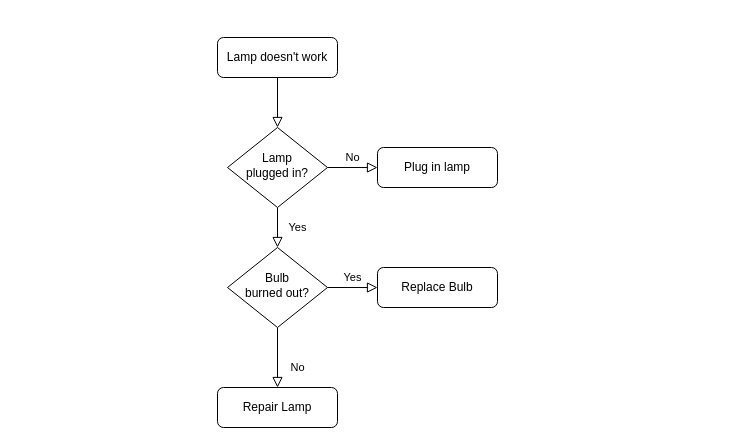
Before: 제목 없는 다이어그램.drawio in soyoung002/study, a draw.io diagram. Source tidied: cells renumbered, new cells numbered last; positions are measured from the earlier drawing's top-left corner, leaving out a move shared by most shapes. Both pictures are drawn from the tidied source at 100%, with x=0, y=0 at pixel (217, 37).
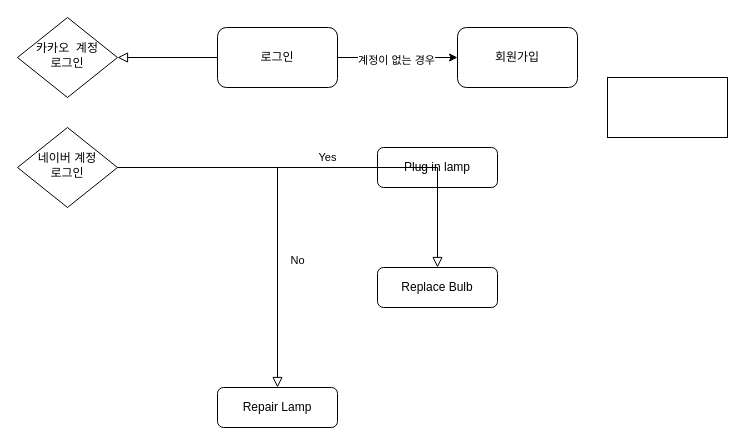
Above is the later version.

Commit message:
야놀자 플로우차트 1

The edit, as a diff of the source:
```diff
@@
 <mxGraphModel>
   <root>
     <mxCell id="0" />
     <mxCell id="1" parent="0" />
     <mxCell id="2" style="rounded=0;html=1;jettySize=auto;fontSize=11;endArrow=block;endFill=0;endSize=8;strokeWidth=1;shadow=0;labelBackgroundColor=none;edgeStyle=orthogonalEdgeStyle;" parent="1" edge="1" source="3" target="6">
       <mxGeometry relative="1" as="geometry" />
     </mxCell>
+    <mxCell id="13" style="edgeStyle=orthogonalEdgeStyle;rounded=0;jettySize=auto;html=1;" parent="1" edge="1" source="3" target="16">
+      <mxGeometry relative="1" as="geometry" />
+    </mxCell>
+    <mxCell id="14" value="계정이 없는 경우" style="edgeLabel;html=1;align=center;verticalAlign=middle;" parent="13" vertex="1">
+      <mxGeometry x="-0.03" y="-2" relative="1" as="geometry" />
+    </mxCell>
-    <mxCell id="3" value="Lamp doesn't work" style="rounded=1;whiteSpace=wrap;html=1;fontSize=12;glass=0;strokeWidth=1;shadow=0;" parent="1" vertex="1">
-      <mxGeometry width="120" height="40" as="geometry" />
+    <mxCell id="3" value="로그인" style="rounded=1;whiteSpace=wrap;html=1;fontSize=12;glass=0;strokeWidth=1;shadow=0;" parent="1" vertex="1">
+      <mxGeometry y="-10" width="120" height="60" as="geometry" />
     </mxCell>
-    <mxCell id="4" value="Yes" style="rounded=0;html=1;jettySize=auto;fontSize=11;endArrow=block;endFill=0;endSize=8;strokeWidth=1;shadow=0;labelBackgroundColor=none;edgeStyle=orthogonalEdgeStyle;" parent="1" edge="1" source="6" target="10">
-      <mxGeometry y="20" relative="1" as="geometry" />
-    </mxCell>
-    <mxCell id="5" value="No" style="edgeStyle=orthogonalEdgeStyle;rounded=0;html=1;jettySize=auto;fontSize=11;endArrow=block;endFill=0;endSize=8;strokeWidth=1;shadow=0;labelBackgroundColor=none;" parent="1" edge="1" source="6" target="7">
-      <mxGeometry y="10" relative="1" as="geometry" />
-    </mxCell>
-    <mxCell id="6" value="Lamp&lt;br&gt;plugged in?" style="rhombus;whiteSpace=wrap;html=1;shadow=0;fontFamily=Helvetica;fontSize=12;align=center;strokeWidth=1;spacing=6;spacingTop=-4;" parent="1" vertex="1">
-      <mxGeometry x="10" y="90" width="100" height="80" as="geometry" />
+    <mxCell id="6" value="카카오&amp;nbsp; 계정&lt;br&gt;로그인" style="rhombus;whiteSpace=wrap;html=1;shadow=0;fontFamily=Helvetica;fontSize=12;align=center;strokeWidth=1;spacing=6;spacingTop=-4;" parent="1" vertex="1">
+      <mxGeometry x="-200" y="-20" width="100" height="80" as="geometry" />
     </mxCell>
     <mxCell id="7" value="Plug in lamp" style="rounded=1;whiteSpace=wrap;html=1;fontSize=12;glass=0;strokeWidth=1;shadow=0;" parent="1" vertex="1">
       <mxGeometry x="160" y="110" width="120" height="40" as="geometry" />
     </mxCell>
     <mxCell id="8" value="No" style="rounded=0;html=1;jettySize=auto;fontSize=11;endArrow=block;endFill=0;endSize=8;strokeWidth=1;shadow=0;labelBackgroundColor=none;edgeStyle=orthogonalEdgeStyle;" parent="1" edge="1" source="10" target="11">
       <mxGeometry x="0.33" y="20" relative="1" as="geometry" />
     </mxCell>
     <mxCell id="9" value="Yes" style="edgeStyle=orthogonalEdgeStyle;rounded=0;html=1;jettySize=auto;fontSize=11;endArrow=block;endFill=0;endSize=8;strokeWidth=1;shadow=0;labelBackgroundColor=none;" parent="1" edge="1" source="10" target="12">
       <mxGeometry y="10" relative="1" as="geometry" />
     </mxCell>
-    <mxCell id="10" value="Bulb&lt;br&gt;burned out?" style="rhombus;whiteSpace=wrap;html=1;shadow=0;fontFamily=Helvetica;fontSize=12;align=center;strokeWidth=1;spacing=6;spacingTop=-4;" parent="1" vertex="1">
-      <mxGeometry x="10" y="210" width="100" height="80" as="geometry" />
+    <mxCell id="10" value="네이버 계정&lt;br&gt;로그인" style="rhombus;whiteSpace=wrap;html=1;shadow=0;fontFamily=Helvetica;fontSize=12;align=center;strokeWidth=1;spacing=6;spacingTop=-4;" parent="1" vertex="1">
+      <mxGeometry x="-200" y="90" width="100" height="80" as="geometry" />
     </mxCell>
     <mxCell id="11" value="Repair Lamp" style="rounded=1;whiteSpace=wrap;html=1;fontSize=12;glass=0;strokeWidth=1;shadow=0;" parent="1" vertex="1">
       <mxGeometry y="350" width="120" height="40" as="geometry" />
     </mxCell>
     <mxCell id="12" value="Replace Bulb" style="rounded=1;whiteSpace=wrap;html=1;fontSize=12;glass=0;strokeWidth=1;shadow=0;" parent="1" vertex="1">
       <mxGeometry x="160" y="230" width="120" height="40" as="geometry" />
     </mxCell>
+    <mxCell id="15" style="whiteSpace=wrap;html=1;" parent="1" vertex="1">
+      <mxGeometry x="390" y="40" width="120" height="60" as="geometry" />
+    </mxCell>
+    <mxCell id="16" value="회원가입" style="whiteSpace=wrap;html=1;rounded=1;glass=0;strokeWidth=1;shadow=0;" parent="1" vertex="1">
+      <mxGeometry x="240" y="-10" width="120" height="60" as="geometry" />
+    </mxCell>
   </root>
 </mxGraphModel>
```
